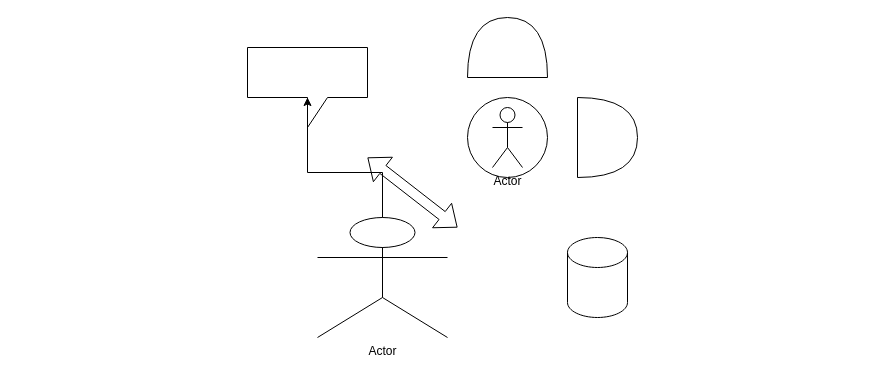
Earlier version of the draw.io diagram drawio-assets/test.drawio (suyu-hash/github_actions_test). Source tidied: cells renumbered, new cells numbered last; positions are measured from the earlier drawing's top-left corner, leaving out a move shared by most shapes. Both pictures are drawn from the tidied source at 100%, with x=0, y=0 at pixel (247, 7).
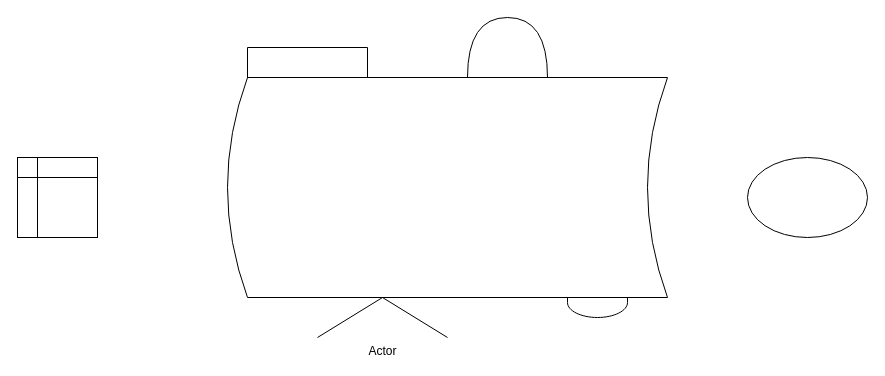
The same page after the edit.

The edit, as a diff of the source:
```diff
@@
 <mxGraphModel>
   <root>
     <mxCell id="0" />
     <mxCell id="1" parent="0" />
     <mxCell id="2" style="shape=cylinder3;whiteSpace=wrap;html=1;boundedLbl=1;backgroundOutline=1;size=15;" parent="1" vertex="1">
       <mxGeometry x="320" y="230" width="60" height="80" as="geometry" />
     </mxCell>
     <mxCell id="3" style="ellipse;whiteSpace=wrap;html=1;" parent="1" vertex="1">
       <mxGeometry x="220" y="90" width="80" height="80" as="geometry" />
     </mxCell>
     <mxCell id="4" style="shape=or;whiteSpace=wrap;html=1;rotation=-90;" parent="1" vertex="1">
       <mxGeometry x="230" width="60" height="80" as="geometry" />
     </mxCell>
     <mxCell id="5" style="shape=flexArrow;endArrow=classic;startArrow=classic;html=1;rounded=0;" parent="1" edge="1">
       <mxGeometry relative="1" as="geometry">
         <mxPoint x="120" y="150" as="sourcePoint" />
         <mxPoint x="210" y="220" as="targetPoint" />
       </mxGeometry>
     </mxCell>
     <mxCell id="6" style="shape=or;whiteSpace=wrap;html=1;" parent="1" vertex="1">
       <mxGeometry x="330" y="90" width="60" height="80" as="geometry" />
     </mxCell>
     <mxCell id="7" value="Actor" style="shape=umlActor;verticalLabelPosition=bottom;verticalAlign=top;html=1;" parent="1" vertex="1">
       <mxGeometry x="245" y="100" width="30" height="60" as="geometry" />
     </mxCell>
     <mxCell id="8" style="shape=callout;whiteSpace=wrap;html=1;perimeter=calloutPerimeter;" parent="1" vertex="1">
       <mxGeometry y="40" width="120" height="80" as="geometry" />
     </mxCell>
     <mxCell id="9" style="edgeStyle=orthogonalEdgeStyle;rounded=0;jettySize=auto;html=1;exitX=0.5;exitY=0.5;exitDx=0;exitDy=0;exitPerimeter=0;" parent="1" edge="1" source="10" target="8">
       <mxGeometry relative="1" as="geometry" />
     </mxCell>
     <mxCell id="10" value="Actor" style="shape=umlActor;verticalLabelPosition=bottom;verticalAlign=top;html=1;outlineConnect=0;" parent="1" vertex="1">
       <mxGeometry x="70" y="210" width="130" height="120" as="geometry" />
     </mxCell>
+    <mxCell id="11" style="shape=dataStorage;whiteSpace=wrap;html=1;fixedSize=1;" parent="1" vertex="1">
+      <mxGeometry x="-20" y="70" width="440" height="220" as="geometry" />
+    </mxCell>
+    <mxCell id="12" style="shape=internalStorage;whiteSpace=wrap;html=1;backgroundOutline=1;" parent="1" vertex="1">
+      <mxGeometry x="-230" y="150" width="80" height="80" as="geometry" />
+    </mxCell>
+    <mxCell id="13" style="ellipse;whiteSpace=wrap;html=1;" parent="1" vertex="1">
+      <mxGeometry x="500" y="150" width="120" height="80" as="geometry" />
+    </mxCell>
   </root>
 </mxGraphModel>
```
